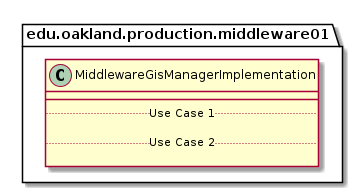
Earlier version of the PlantUML export docs/uml-class-diagrams/middleware01/production/MiddlewareGisManagerImplementation/MiddlewareGisManagerImplementation.png (elilley15/csi-3370-software-project). Source of this version:
```plantuml
@startuml MiddlewareGisManagerImplementation

package edu.oakland.production.middleware01 {
    class MiddlewareGisManagerImplementation {
        __
        .. Use Case 1 ..

        .. Use Case 2 ..

    }
}

@enduml
```
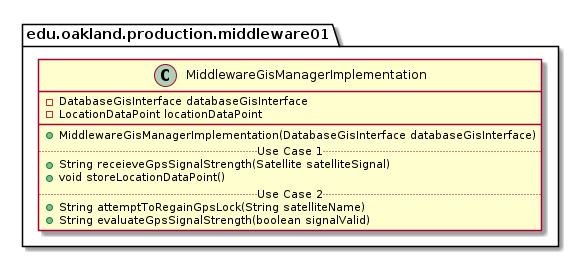
Above is the later version.

Diff of the diagram source:
```diff
@@ -2,11 +2,16 @@
 
 package edu.oakland.production.middleware01 {
     class MiddlewareGisManagerImplementation {
+        - DatabaseGisInterface databaseGisInterface
+        - LocationDataPoint locationDataPoint
         __
+        + MiddlewareGisManagerImplementation(DatabaseGisInterface databaseGisInterface)
         .. Use Case 1 ..
-
+        + String receieveGpsSignalStrength(Satellite satelliteSignal)
+        + void storeLocationDataPoint()
         .. Use Case 2 ..
-
+        + String attemptToRegainGpsLock(String satelliteName)
+        + String evaluateGpsSignalStrength(boolean signalValid)
     }
 }
 
```
